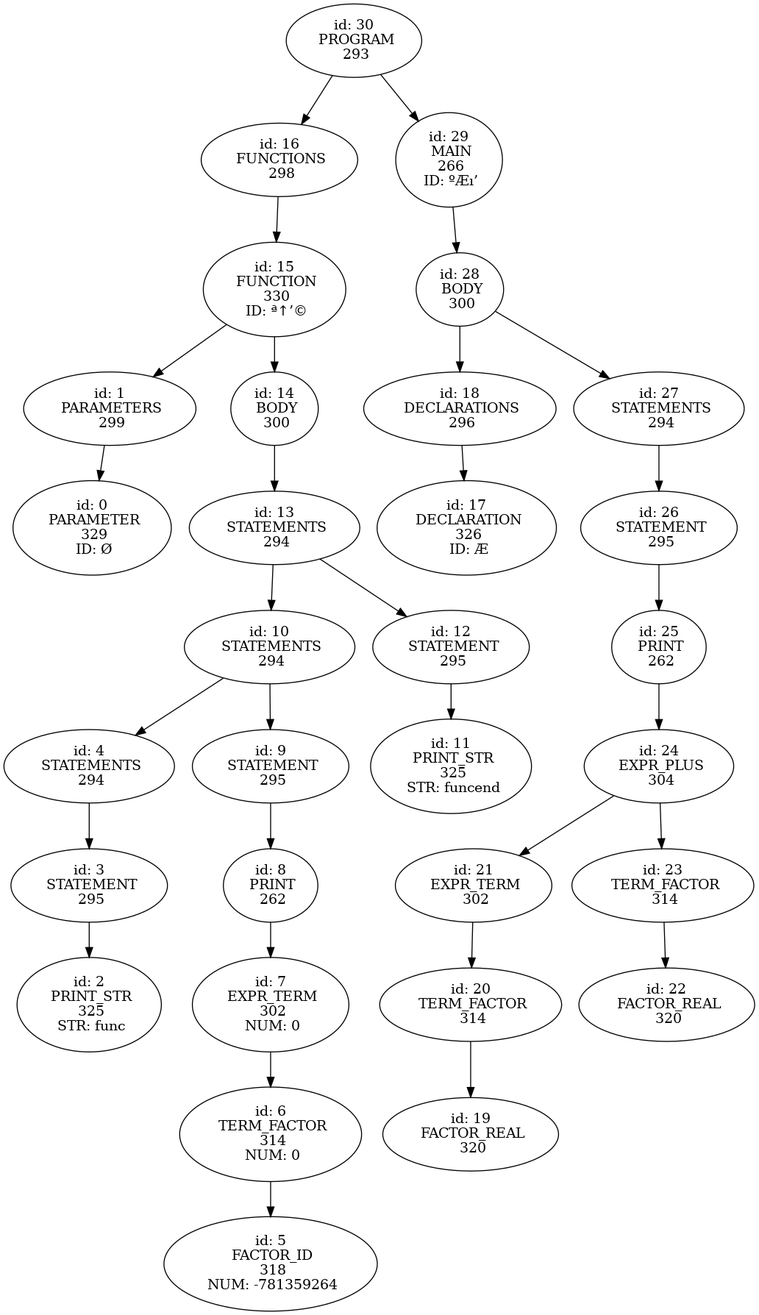
Earlier version of the Graphviz export study_project/ast.png (Finn-Artmann/Styx). Its source is kept beside it as study_project/ast.gv.
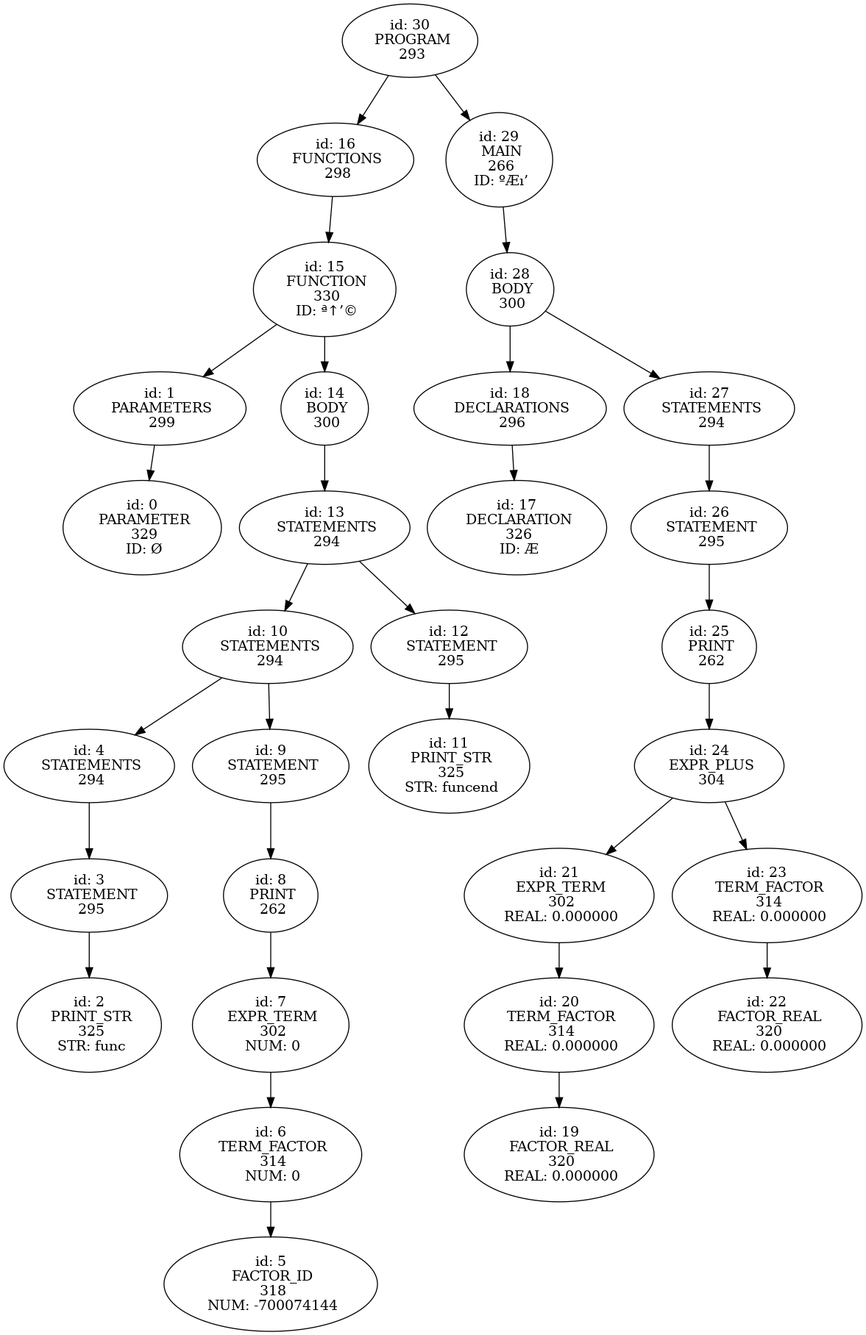
The same diagram one commit later.

Commit message:
Fix real numbers not correctly stored by lexer

Change to the diagram source:
```diff
@@ -1,17 +1,17 @@
 digraph ast {
-n30 [label="id: 30
+n143 [label="id: 143
  PROGRAM
  293"];
-n30 -> n16;
-n16 [label="id: 16
+n143 -> n70;
+n70 [label="id: 70
  FUNCTIONS
  298"];
-n16 -> n15;
-n15 [label="id: 15
+n70 -> n69;
+n69 [label="id: 69
  FUNCTION
  330
- ID: ª↑’©"];
-n15 -> n1;
+ ID: ªı‘"];
+n69 -> n1;
 n1 [label="id: 1
  PARAMETERS
  299"];
@@ -19,8 +19,53 @@
 n0 [label="id: 0
  PARAMETER
  329
- ID: Ø"];
-n15 -> n14;
+ ID: ’"];
+n69 -> n68;
+n68 [label="id: 68
+ BODY
+ 300"];
+n68 -> n67;
+n67 [label="id: 67
+ STATEMENTS
+ 294"];
+n67 -> n66;
+n66 [label="id: 66
+ STATEMENT
+ 295"];
+n66 -> n65;
+n65 [label="id: 65
+ IFELSE
+ 324"];
+n65 -> n7;
+n7 [label="id: 7
+ EXPR_LT
+ 308"];
+n7 -> n4;
+n4 [label="id: 4
+ EXPR_TERM
+ 302
+ NUM: 0"];
+n4 -> n3;
+n3 [label="id: 3
+ TERM_FACTOR
+ 314
+ NUM: 0"];
+n3 -> n2;
+n2 [label="id: 2
+ FACTOR_ID
+ 318
+ NUM: -48314800"];
+n7 -> n6;
+n6 [label="id: 6
+ TERM_FACTOR
+ 314
+ NUM: 0"];
+n6 -> n5;
+n5 [label="id: 5
+ FACTOR_NUM
+ 319
+ NUM: 2"];
+n65 -> n14;
 n14 [label="id: 14
  BODY
  300"];
@@ -28,108 +73,582 @@
 n13 [label="id: 13
  STATEMENTS
  294"];
-n13 -> n10;
-n10 [label="id: 10
- STATEMENTS
- 294"];
-n10 -> n4;
-n4 [label="id: 4
- STATEMENTS
- 294"];
-n4 -> n3;
-n3 [label="id: 3
- STATEMENT
- 295"];
-n3 -> n2;
-n2 [label="id: 2
- PRINT_STR
- 325
- STR: func"];
-n10 -> n9;
-n9 [label="id: 9
- STATEMENT
- 295"];
-n9 -> n8;
-n8 [label="id: 8
- PRINT
- 262"];
-n8 -> n7;
-n7 [label="id: 7
- EXPR_TERM
- 302
- NUM: 0"];
-n7 -> n6;
-n6 [label="id: 6
- TERM_FACTOR
- 314
- NUM: 0"];
-n6 -> n5;
-n5 [label="id: 5
- FACTOR_ID
- 318
- NUM: -781359264"];
 n13 -> n12;
 n12 [label="id: 12
  STATEMENT
  295"];
 n12 -> n11;
 n11 [label="id: 11
- PRINT_STR
- 325
- STR: funcend
-"];
-n30 -> n29;
-n29 [label="id: 29
- MAIN
- 266
- ID: ºÆı’"];
-n29 -> n28;
-n28 [label="id: 28
+ RETURN
+ 261"];
+n11 -> n10;
+n10 [label="id: 10
+ EXPR_TERM
+ 302
+ NUM: 0"];
+n10 -> n9;
+n9 [label="id: 9
+ TERM_FACTOR
+ 314
+ NUM: 0"];
+n9 -> n8;
+n8 [label="id: 8
+ FACTOR_ID
+ 318
+ NUM: -48314288"];
+n65 -> n64;
+n64 [label="id: 64
  BODY
  300"];
-n28 -> n18;
+n64 -> n20;
+n20 [label="id: 20
+ DECLARATIONS
+ 296"];
+n20 -> n18;
 n18 [label="id: 18
  DECLARATIONS
  296"];
+n18 -> n16;
+n16 [label="id: 16
+ DECLARATIONS
+ 296"];
+n16 -> n15;
+n15 [label="id: 15
+ DECLARATION
+ 326
+ ID: Æ"];
 n18 -> n17;
 n17 [label="id: 17
  DECLARATION
  326
+ ID: ‘"];
+n20 -> n19;
+n19 [label="id: 19
+ DECLARATION
+ 326
+ ID: ©"];
+n64 -> n63;
+n63 [label="id: 63
+ STATEMENTS
+ 294"];
+n63 -> n57;
+n57 [label="id: 57
+ STATEMENTS
+ 294"];
+n57 -> n48;
+n48 [label="id: 48
+ STATEMENTS
+ 294"];
+n48 -> n34;
+n34 [label="id: 34
+ STATEMENTS
+ 294"];
+n34 -> n33;
+n33 [label="id: 33
+ STATEMENT
+ 295"];
+n33 -> n32;
+n32 [label="id: 32
+ ASSIGNMENT
+ 301
  ID: Æ"];
+n32 -> n31;
+n31 [label="id: 31
+ EXPR_TERM
+ 302"];
+n31 -> n30;
+n30 [label="id: 30
+ TERM_FACTOR
+ 314"];
+n30 -> n29;
+n29 [label="id: 29
+ FACTOR_FUNCTION_CALL
+ 322"];
+n29 -> n28;
+n28 [label="id: 28
+ FUNCTION_CALL
+ 328
+ ID: ªı‘"];
 n28 -> n27;
 n27 [label="id: 27
+ ARG_EXPR
+ 331"];
+n27 -> n26;
+n26 [label="id: 26
+ EXPR_MINUS
+ 305"];
+n26 -> n23;
+n23 [label="id: 23
+ EXPR_TERM
+ 302
+ NUM: 0"];
+n23 -> n22;
+n22 [label="id: 22
+ TERM_FACTOR
+ 314
+ NUM: 0"];
+n22 -> n21;
+n21 [label="id: 21
+ FACTOR_ID
+ 318
+ NUM: -48312960"];
+n26 -> n25;
+n25 [label="id: 25
+ TERM_FACTOR
+ 314
+ NUM: 0"];
+n25 -> n24;
+n24 [label="id: 24
+ FACTOR_NUM
+ 319
+ NUM: 1"];
+n48 -> n47;
+n47 [label="id: 47
+ STATEMENT
+ 295"];
+n47 -> n46;
+n46 [label="id: 46
+ ASSIGNMENT
+ 301
+ ID: ‘"];
+n46 -> n45;
+n45 [label="id: 45
+ EXPR_TERM
+ 302"];
+n45 -> n44;
+n44 [label="id: 44
+ TERM_FACTOR
+ 314"];
+n44 -> n43;
+n43 [label="id: 43
+ FACTOR_FUNCTION_CALL
+ 322"];
+n43 -> n42;
+n42 [label="id: 42
+ FUNCTION_CALL
+ 328
+ ID: ªı‘"];
+n42 -> n41;
+n41 [label="id: 41
+ ARG_EXPR
+ 331"];
+n41 -> n40;
+n40 [label="id: 40
+ EXPR_MINUS
+ 305"];
+n40 -> n37;
+n37 [label="id: 37
+ EXPR_TERM
+ 302
+ NUM: 0"];
+n37 -> n36;
+n36 [label="id: 36
+ TERM_FACTOR
+ 314
+ NUM: 0"];
+n36 -> n35;
+n35 [label="id: 35
+ FACTOR_ID
+ 318
+ NUM: -48311744"];
+n40 -> n39;
+n39 [label="id: 39
+ TERM_FACTOR
+ 314
+ NUM: 0"];
+n39 -> n38;
+n38 [label="id: 38
+ FACTOR_NUM
+ 319
+ NUM: 2"];
+n57 -> n56;
+n56 [label="id: 56
+ STATEMENT
+ 295"];
+n56 -> n55;
+n55 [label="id: 55
+ ASSIGNMENT
+ 301
+ ID: ©"];
+n55 -> n54;
+n54 [label="id: 54
+ EXPR_PLUS
+ 304"];
+n54 -> n51;
+n51 [label="id: 51
+ EXPR_TERM
+ 302
+ NUM: 0"];
+n51 -> n50;
+n50 [label="id: 50
+ TERM_FACTOR
+ 314
+ NUM: 0"];
+n50 -> n49;
+n49 [label="id: 49
+ FACTOR_ID
+ 318
+ NUM: -48310560"];
+n54 -> n53;
+n53 [label="id: 53
+ TERM_FACTOR
+ 314
+ NUM: 0"];
+n53 -> n52;
+n52 [label="id: 52
+ FACTOR_ID
+ 318
+ NUM: -48310288"];
+n63 -> n62;
+n62 [label="id: 62
+ STATEMENT
+ 295"];
+n62 -> n61;
+n61 [label="id: 61
+ RETURN
+ 261"];
+n61 -> n60;
+n60 [label="id: 60
+ EXPR_TERM
+ 302
+ NUM: 0"];
+n60 -> n59;
+n59 [label="id: 59
+ TERM_FACTOR
+ 314
+ NUM: 0"];
+n59 -> n58;
+n58 [label="id: 58
+ FACTOR_ID
+ 318
+ NUM: -48309776"];
+n143 -> n142;
+n142 [label="id: 142
+ MAIN
+ 266
+ ID: ºÆı’"];
+n142 -> n141;
+n141 [label="id: 141
+ BODY
+ 300"];
+n141 -> n76;
+n76 [label="id: 76
+ DECLARATIONS
+ 296"];
+n76 -> n74;
+n74 [label="id: 74
+ DECLARATIONS
+ 296"];
+n74 -> n72;
+n72 [label="id: 72
+ DECLARATIONS
+ 296"];
+n72 -> n71;
+n71 [label="id: 71
+ DECLARATION
+ 326
+ ID: Ŋ"];
+n74 -> n73;
+n73 [label="id: 73
+ DECLARATION
+ 326
+ ID: ’"];
+n76 -> n75;
+n75 [label="id: 75
+ DECLARATION
+ 326
+ ID: ©’Ŧ"];
+n141 -> n140;
+n140 [label="id: 140
  STATEMENTS
  294"];
-n27 -> n26;
-n26 [label="id: 26
+n140 -> n137;
+n137 [label="id: 137
+ STATEMENTS
+ 294"];
+n137 -> n117;
+n117 [label="id: 117
+ STATEMENTS
+ 294"];
+n117 -> n114;
+n114 [label="id: 114
+ STATEMENTS
+ 294"];
+n114 -> n111;
+n111 [label="id: 111
+ STATEMENTS
+ 294"];
+n111 -> n105;
+n105 [label="id: 105
+ STATEMENTS
+ 294"];
+n105 -> n102;
+n102 [label="id: 102
+ STATEMENTS
+ 294"];
+n102 -> n91;
+n91 [label="id: 91
+ STATEMENTS
+ 294"];
+n91 -> n88;
+n88 [label="id: 88
+ STATEMENTS
+ 294"];
+n88 -> n85;
+n85 [label="id: 85
+ STATEMENTS
+ 294"];
+n85 -> n82;
+n82 [label="id: 82
+ STATEMENTS
+ 294"];
+n82 -> n81;
+n81 [label="id: 81
  STATEMENT
  295"];
-n26 -> n25;
-n25 [label="id: 25
+n81 -> n80;
+n80 [label="id: 80
+ ASSIGNMENT
+ 301
+ ID: ©’Ŧ"];
+n80 -> n79;
+n79 [label="id: 79
+ EXPR_TERM
+ 302
+ NUM: 0"];
+n79 -> n78;
+n78 [label="id: 78
+ TERM_FACTOR
+ 314
+ NUM: 0"];
+n78 -> n77;
+n77 [label="id: 77
+ FACTOR_NUM
+ 319
+ NUM: 0"];
+n85 -> n84;
+n84 [label="id: 84
+ STATEMENT
+ 295"];
+n84 -> n83;
+n83 [label="id: 83
+ PRINT_STR
+ 325
+ STR: ---Fibonacci series calculator---
+"];
+n88 -> n87;
+n87 [label="id: 87
+ STATEMENT
+ 295"];
+n87 -> n86;
+n86 [label="id: 86
+ PRINT_STR
+ 325
+ STR: Enter the number n:
+"];
+n91 -> n90;
+n90 [label="id: 90
+ STATEMENT
+ 295"];
+n90 -> n89;
+n89 [label="id: 89
+ SCAN
+ 263
+ ID: ’"];
+n102 -> n101;
+n101 [label="id: 101
+ STATEMENT
+ 295"];
+n101 -> n100;
+n100 [label="id: 100
+ ASSIGNMENT
+ 301
+ ID: Ŋ"];
+n100 -> n99;
+n99 [label="id: 99
+ EXPR_TERM
+ 302"];
+n99 -> n98;
+n98 [label="id: 98
+ TERM_FACTOR
+ 314"];
+n98 -> n97;
+n97 [label="id: 97
+ FACTOR_FUNCTION_CALL
+ 322"];
+n97 -> n96;
+n96 [label="id: 96
+ FUNCTION_CALL
+ 328
+ ID: ªı‘"];
+n96 -> n95;
+n95 [label="id: 95
+ ARG_EXPR
+ 331"];
+n95 -> n94;
+n94 [label="id: 94
+ EXPR_TERM
+ 302
+ NUM: 0"];
+n94 -> n93;
+n93 [label="id: 93
+ TERM_FACTOR
+ 314
+ NUM: 0"];
+n93 -> n92;
+n92 [label="id: 92
+ FACTOR_ID
+ 318
+ NUM: -48306544"];
+n105 -> n104;
+n104 [label="id: 104
+ STATEMENT
+ 295"];
+n104 -> n103;
+n103 [label="id: 103
+ PRINT_STR
+ 325
+ STR: Result:
+"];
+n111 -> n110;
+n110 [label="id: 110
+ STATEMENT
+ 295"];
+n110 -> n109;
+n109 [label="id: 109
  PRINT
  262"];
-n25 -> n24;
-n24 [label="id: 24
+n109 -> n108;
+n108 [label="id: 108
+ EXPR_TERM
+ 302
+ NUM: 0"];
+n108 -> n107;
+n107 [label="id: 107
+ TERM_FACTOR
+ 314
+ NUM: 0"];
+n107 -> n106;
+n106 [label="id: 106
+ FACTOR_ID
+ 318
+ NUM: -48305360"];
+n114 -> n113;
+n113 [label="id: 113
+ STATEMENT
+ 295"];
+n113 -> n112;
+n112 [label="id: 112
+ PRINT_STR
+ 325
+ STR:
+"];
+n117 -> n116;
+n116 [label="id: 116
+ STATEMENT
+ 295"];
+n116 -> n115;
+n115 [label="id: 115
+ PRINT_STR
+ 325
+ STR: Result represented as stars:
+"];
+n137 -> n136;
+n136 [label="id: 136
+ STATEMENT
+ 295"];
+n136 -> n135;
+n135 [label="id: 135
+ FOR
+ 260"];
+n135 -> n123;
+n123 [label="id: 123
+ EXPR_LT
+ 308"];
+n123 -> n120;
+n120 [label="id: 120
+ EXPR_TERM
+ 302
+ NUM: 0"];
+n120 -> n119;
+n119 [label="id: 119
+ TERM_FACTOR
+ 314
+ NUM: 0"];
+n119 -> n118;
+n118 [label="id: 118
+ FACTOR_ID
+ 318
+ NUM: -48304288"];
+n123 -> n122;
+n122 [label="id: 122
+ TERM_FACTOR
+ 314
+ NUM: 0"];
+n122 -> n121;
+n121 [label="id: 121
+ FACTOR_ID
+ 318
+ NUM: -48304016"];
+n135 -> n130;
+n130 [label="id: 130
+ ASSIGNMENT
+ 301
+ ID: ©’Ŧ"];
+n130 -> n129;
+n129 [label="id: 129
  EXPR_PLUS
  304"];
-n24 -> n21;
-n21 [label="id: 21
+n129 -> n126;
+n126 [label="id: 126
  EXPR_TERM
- 302"];
-n21 -> n20;
-n20 [label="id: 20
+ 302
+ NUM: 0"];
+n126 -> n125;
+n125 [label="id: 125
  TERM_FACTOR
- 314"];
-n20 -> n19;
-n19 [label="id: 19
- FACTOR_REAL
- 320"];
-n24 -> n23;
-n23 [label="id: 23
+ 314
+ NUM: 0"];
+n125 -> n124;
+n124 [label="id: 124
+ FACTOR_ID
+ 318
+ NUM: -48303712"];
+n129 -> n128;
+n128 [label="id: 128
  TERM_FACTOR
- 314"];
-n23 -> n22;
-n22 [label="id: 22
- FACTOR_REAL
- 320"];
+ 314
+ NUM: 0"];
+n128 -> n127;
+n127 [label="id: 127
+ FACTOR_NUM
+ 319
+ NUM: 1"];
+n135 -> n134;
+n134 [label="id: 134
+ BODY
+ 300"];
+n134 -> n133;
+n133 [label="id: 133
+ STATEMENTS
+ 294"];
+n133 -> n132;
+n132 [label="id: 132
+ STATEMENT
+ 295"];
+n132 -> n131;
+n131 [label="id: 131
+ PRINT_STR
+ 325
+ STR: *"];
+n140 -> n139;
+n139 [label="id: 139
+ STATEMENT
+ 295"];
+n139 -> n138;
+n138 [label="id: 138
+ PRINT_STR
+ 325
+ STR:
+"];
 }
```
